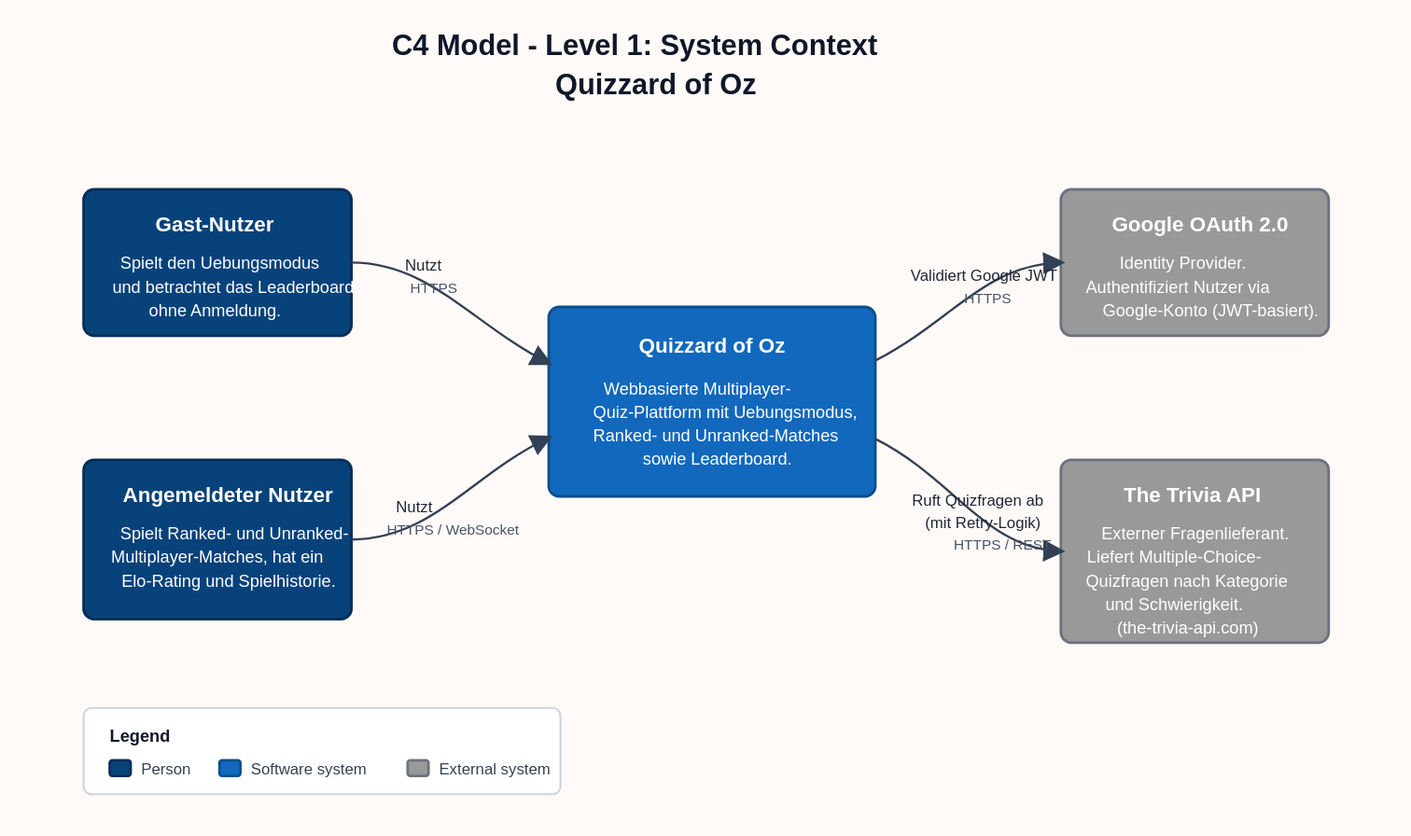
The PlantUML diagram docs/c4/c1_context.svg in Gravefax/Quizzard-of-Oz, before a commit. Its source is kept beside it as docs/c4/c1_context.puml.
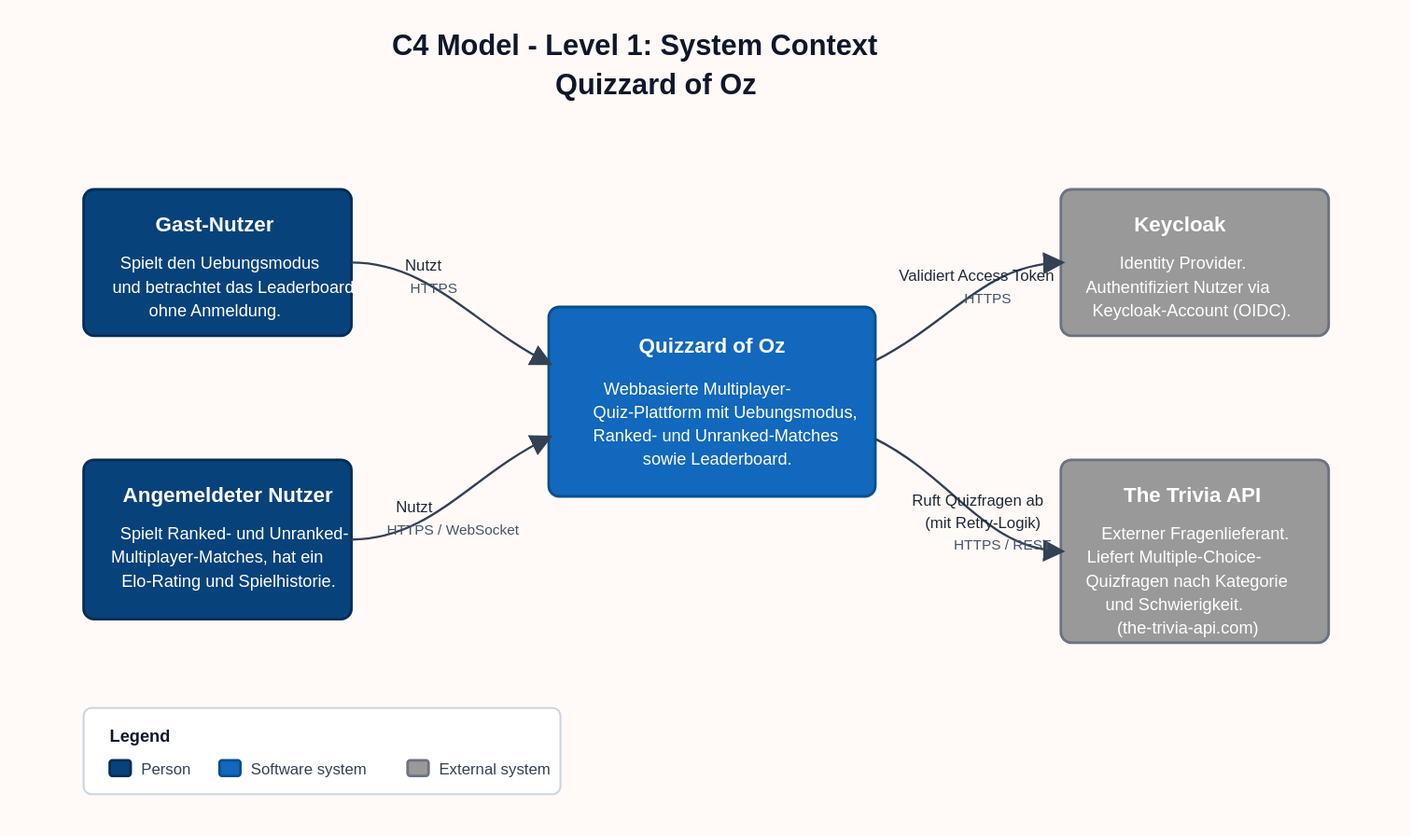
After the change.

The edit, as a diff of the source:
```diff
@@ -11,14 +11,14 @@
 
 System(quizzard, "Quizzard of Oz", "Webbasierte Multiplayer-Quiz-Plattform\nmit Übungsmodus, Ranked- und\nUnranked-Matches sowie Leaderboard.")
 
-System_Ext(google_oauth, "Google OAuth 2.0", "Identity Provider.\nAuthentifiziert Nutzer via\nGoogle-Konto (JWT-basiert).")
+System_Ext(keycloak, "Keycloak", "Identity Provider.\nAuthentifiziert Nutzer via\nKeycloak-Account (OIDC/PKCE).")
 
 System_Ext(trivia_api, "The Trivia API", "Externer Fragenlieferant.\nLiefert Multiple-Choice-Quizfragen\nnach Kategorie und Schwierigkeit.\n(the-trivia-api.com)")
 
 Rel(guest, quizzard, "Nutzt", "HTTPS")
 Rel(user, quizzard, "Nutzt", "HTTPS / WebSocket")
 
-Rel(quizzard, google_oauth, "Validiert Google JWT", "HTTPS")
+Rel(quizzard, keycloak, "Validiert Access Token (JWKS)", "HTTPS")
 Rel(quizzard, trivia_api, "Ruft Quizfragen ab\n(mit Retry-Logik)", "HTTPS / REST")
 
 @enduml
```
